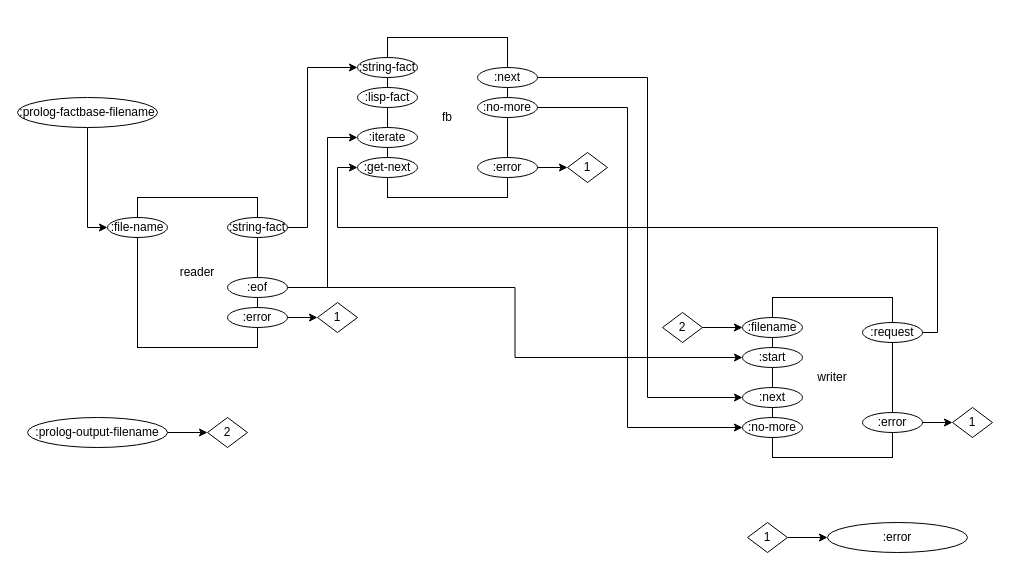
Earlier version of the draw.io diagram page "Compiler Internals" (2 of 7) of svg/cl-compiler/doc/Compiler Internals.drawio (bmfbp/bmfbp). Source tidied: cells renumbered, new cells numbered last; positions are measured from the earlier drawing's top-left corner, leaving out a move shared by most shapes. Both pictures are drawn from the tidied source at 100%, with x=0, y=0 at pixel (17, 37).
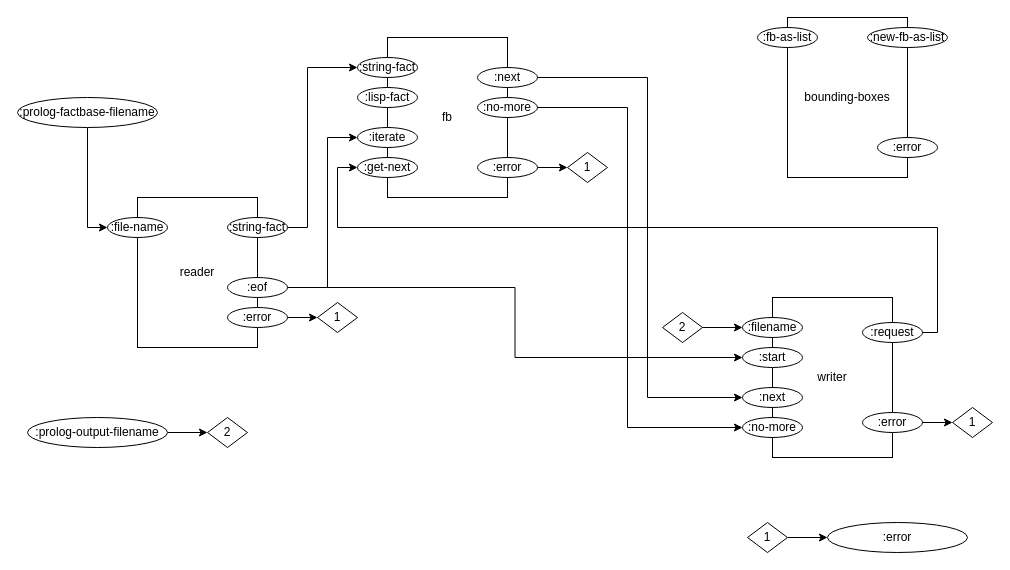
The same page after the edit.

Change to the diagram source:
```diff
@@
+    <mxCell id="44" value="bounding-boxes" style="rounded=0;whiteSpace=wrap;html=1;" parent="1" vertex="1">
+      <mxGeometry x="770" y="-20" width="120" height="160" as="geometry" />
+    </mxCell>
+    <mxCell id="45" value=":fb-as-list" style="ellipse;whiteSpace=wrap;html=1;" parent="1" vertex="1">
+      <mxGeometry x="740" y="-10" width="60" height="20" as="geometry" />
+    </mxCell>
+    <mxCell id="46" value=":new-fb-as-list" style="ellipse;whiteSpace=wrap;html=1;" parent="1" vertex="1">
+      <mxGeometry x="850" y="-10" width="80" height="20" as="geometry" />
+    </mxCell>
+    <mxCell id="47" value=":error" style="ellipse;whiteSpace=wrap;html=1;" parent="1" vertex="1">
+      <mxGeometry x="860" y="100" width="60" height="20" as="geometry" />
+    </mxCell>
```
